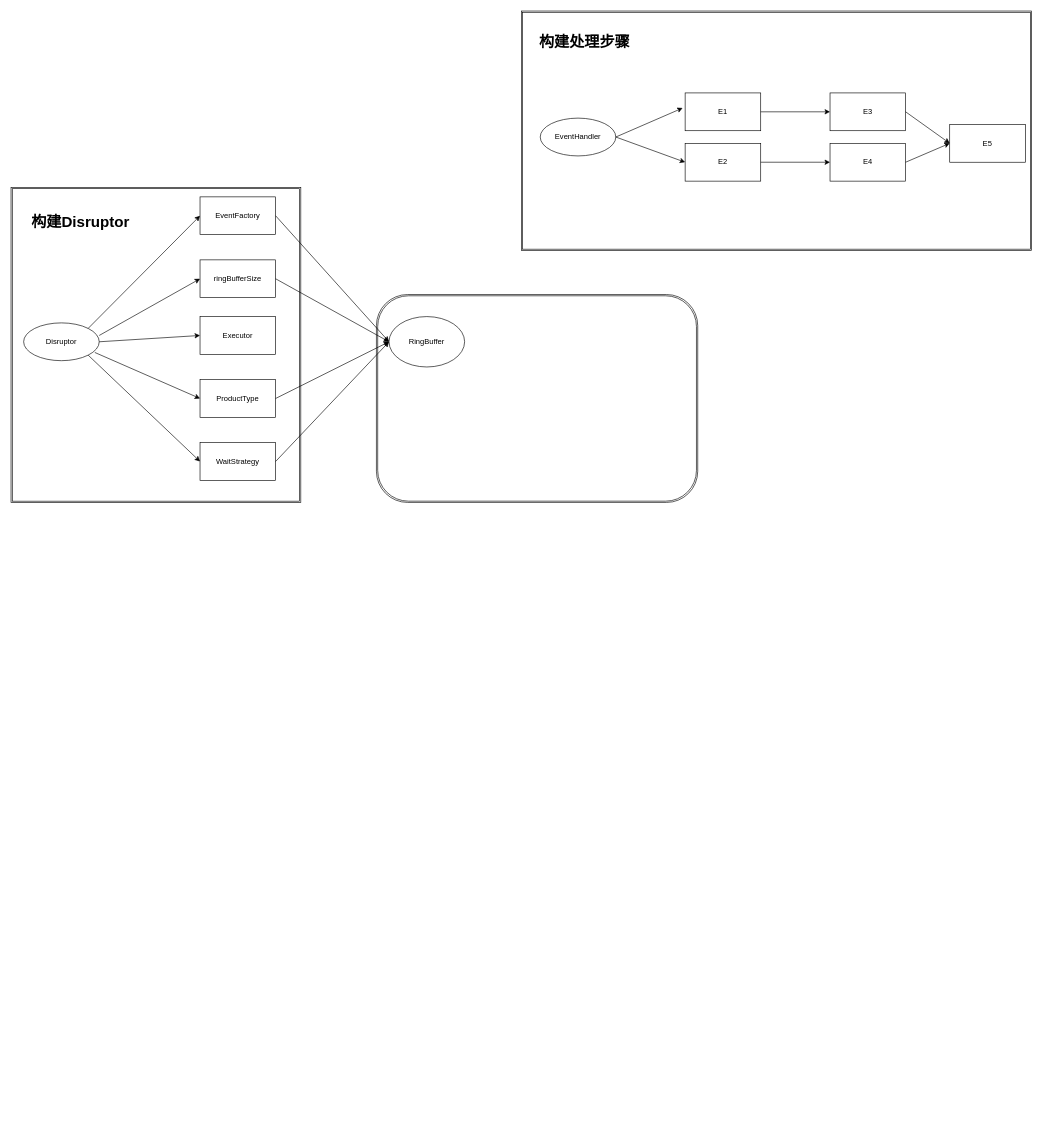
The draw.io diagram Untitled Diagram.drawio in cooljian/dock-project, before the edit. Source tidied: cells renumbered, new cells numbered last; positions are measured from the earlier drawing's top-left corner, leaving out a move shared by most shapes. Both pictures are drawn from the tidied source at 63%, with x=0, y=0 at pixel (11, 11).
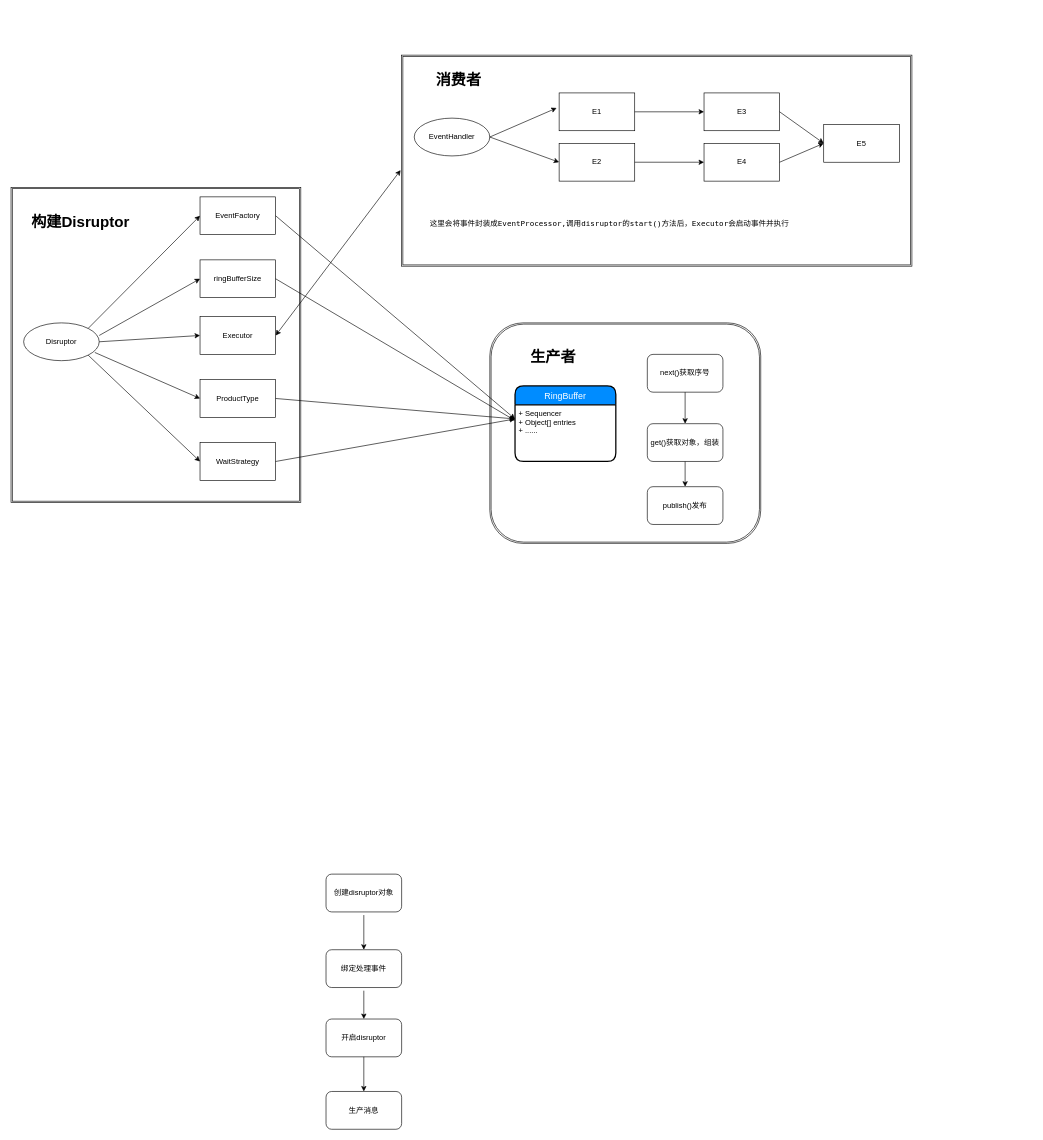
Above is the later version.

The change refers to these unchanged cells:
```xml
<mxCell id="6" value="ringBufferSize" style="rounded=0;whiteSpace=wrap;html=1;" parent="1" vertex="1">
  <mxGeometry x="300" y="395" width="120" height="60" as="geometry" />
</mxCell>
<mxCell id="8" value="Executor" style="rounded=0;whiteSpace=wrap;html=1;" parent="1" vertex="1">
  <mxGeometry x="300" y="485" width="120" height="60" as="geometry" />
</mxCell>
```

The edit, as a diff of the source:
```diff
@@
     <mxCell id="15" style="shape=ext;double=1;rounded=0;whiteSpace=wrap;html=1;" parent="1" vertex="1">
-      <mxGeometry x="810" width="810" height="380" as="geometry" />
+      <mxGeometry x="620" y="70" width="810" height="335" as="geometry" />
     </mxCell>
     <mxCell id="16" value="EventHandler" style="ellipse;whiteSpace=wrap;html=1;" parent="1" vertex="1">
-      <mxGeometry x="840" y="170" width="120" height="60" as="geometry" />
+      <mxGeometry x="640" y="170" width="120" height="60" as="geometry" />
     </mxCell>
     <mxCell id="17" value="E1" style="rounded=0;whiteSpace=wrap;html=1;" parent="1" vertex="1">
-      <mxGeometry x="1070" y="130" width="120" height="60" as="geometry" />
+      <mxGeometry x="870" y="130" width="120" height="60" as="geometry" />
     </mxCell>
     <mxCell id="18" value="E2" style="rounded=0;whiteSpace=wrap;html=1;" parent="1" vertex="1">
-      <mxGeometry x="1070" y="210" width="120" height="60" as="geometry" />
+      <mxGeometry x="870" y="210" width="120" height="60" as="geometry" />
     </mxCell>
@@
     <mxCell id="21" value="E3" style="rounded=0;whiteSpace=wrap;html=1;" parent="1" vertex="1">
-      <mxGeometry x="1300" y="130" width="120" height="60" as="geometry" />
+      <mxGeometry x="1100" y="130" width="120" height="60" as="geometry" />
     </mxCell>
     <mxCell id="22" value="&lt;span style=&quot;white-space: normal&quot;&gt;E4&lt;/span&gt;" style="rounded=0;whiteSpace=wrap;html=1;" parent="1" vertex="1">
-      <mxGeometry x="1300" y="210" width="120" height="60" as="geometry" />
+      <mxGeometry x="1100" y="210" width="120" height="60" as="geometry" />
     </mxCell>
@@
     <mxCell id="25" value="E5" style="rounded=0;whiteSpace=wrap;html=1;" parent="1" vertex="1">
-      <mxGeometry x="1490" y="180" width="120" height="60" as="geometry" />
+      <mxGeometry x="1290" y="180" width="120" height="60" as="geometry" />
     </mxCell>
@@
-    <mxCell id="28" value="构建处理步骤" style="text;strokeColor=none;fillColor=none;html=1;fontSize=24;fontStyle=1;verticalAlign=middle;align=center;" parent="1" vertex="1">
-      <mxGeometry x="860" y="30" width="100" height="40" as="geometry" />
+    <mxCell id="28" value="消费者" style="text;strokeColor=none;fillColor=none;html=1;fontSize=24;fontStyle=1;verticalAlign=middle;align=center;" parent="1" vertex="1">
+      <mxGeometry x="660" y="90" width="100" height="40" as="geometry" />
     </mxCell>
     <mxCell id="29" style="shape=ext;double=1;rounded=1;whiteSpace=wrap;html=1;" parent="1" vertex="1">
-      <mxGeometry x="580" y="450" width="510" height="330" as="geometry" />
+      <mxGeometry x="760" y="495" width="430" height="350" as="geometry" />
     </mxCell>
-    <mxCell id="30" style="endArrow=classic;html=1;entryX=0;entryY=0.5;entryDx=0;entryDy=0;exitX=1;exitY=0.5;exitDx=0;exitDy=0;" parent="1" edge="1">
+    <mxCell id="30" style="endArrow=classic;html=1;entryX=0;entryY=0.25;entryDx=0;entryDy=0;exitX=1;exitY=0.5;exitDx=0;exitDy=0;" parent="1" edge="1" target="35">
       <mxGeometry relative="1" as="geometry">
         <mxPoint x="420" y="325" as="sourcePoint" />
-        <mxPoint x="600" y="525" as="targetPoint" />
       </mxGeometry>
     </mxCell>
-    <mxCell id="31" style="endArrow=classic;html=1;entryX=0;entryY=0.5;entryDx=0;entryDy=0;exitX=1;exitY=0.5;exitDx=0;exitDy=0;" parent="1" edge="1">
-      <mxGeometry relative="1" as="geometry">
-        <mxPoint x="420" y="425" as="sourcePoint" />
-        <mxPoint x="600" y="525" as="targetPoint" />
-      </mxGeometry>
-    </mxCell>
-    <mxCell id="32" style="endArrow=classic;html=1;entryX=0;entryY=0.5;entryDx=0;entryDy=0;exitX=1;exitY=0.5;exitDx=0;exitDy=0;" parent="1" edge="1">
+    <mxCell id="32" style="endArrow=classic;html=1;entryX=0;entryY=0.25;entryDx=0;entryDy=0;exitX=1;exitY=0.5;exitDx=0;exitDy=0;" parent="1" edge="1" target="35">
       <mxGeometry relative="1" as="geometry">
         <mxPoint x="420" y="615" as="sourcePoint" />
-        <mxPoint x="600" y="525" as="targetPoint" />
       </mxGeometry>
     </mxCell>
-    <mxCell id="33" style="endArrow=classic;html=1;entryX=0;entryY=0.5;entryDx=0;entryDy=0;exitX=1;exitY=0.5;exitDx=0;exitDy=0;" parent="1" edge="1">
+    <mxCell id="33" style="endArrow=classic;html=1;entryX=0;entryY=0.25;entryDx=0;entryDy=0;exitX=1;exitY=0.5;exitDx=0;exitDy=0;" parent="1" edge="1" target="35">
       <mxGeometry relative="1" as="geometry">
         <mxPoint x="420" y="715" as="sourcePoint" />
-        <mxPoint x="600" y="525" as="targetPoint" />
       </mxGeometry>
     </mxCell>
-    <mxCell id="34" value="&lt;span style=&quot;white-space: normal&quot;&gt;RingBuffer&lt;/span&gt;" style="ellipse;whiteSpace=wrap;html=1;" parent="1" vertex="1">
-      <mxGeometry x="600" y="485" width="120" height="80" as="geometry" />
+    <mxCell id="34" value="RingBuffer" style="swimlane;horizontal=1;startSize=30;fillColor=#008cff;fontColor=#FFFFFF;rounded=1;fontSize=14;fontStyle=0;strokeWidth=2;shadow=0;dashed=0;align=center;" parent="1" vertex="1">
+      <mxGeometry x="800" y="595" width="160" height="120" as="geometry" />
     </mxCell>
+    <mxCell id="31" style="endArrow=classic;html=1;entryX=0;entryY=0.5;entryDx=0;entryDy=0;exitX=1;exitY=0.5;exitDx=0;exitDy=0;" parent="34" edge="1" source="6">
+      <mxGeometry relative="1" as="geometry">
+        <mxPoint y="55" as="targetPoint" />
+      </mxGeometry>
+    </mxCell>
+    <mxCell id="35" value="+ Sequencer&#10;+ Object[] entries&#10;+ ......" style="align=left;strokeColor=none;fillColor=none;spacingLeft=4;fontSize=12;verticalAlign=top;" parent="34" vertex="1">
+      <mxGeometry y="30" width="160" height="90" as="geometry" />
+    </mxCell>
+    <mxCell id="36" value="生产者" style="text;strokeColor=none;fillColor=none;html=1;fontSize=24;fontStyle=1;verticalAlign=middle;align=center;" parent="1" vertex="1">
+      <mxGeometry x="810" y="530" width="100" height="40" as="geometry" />
+    </mxCell>
+    <mxCell id="37" value="next()获取序号" style="rounded=1;whiteSpace=wrap;html=1;" parent="1" vertex="1">
+      <mxGeometry x="1010" y="545" width="120" height="60" as="geometry" />
+    </mxCell>
+    <mxCell id="38" value="get()获取对象，组装" style="rounded=1;whiteSpace=wrap;html=1;" parent="1" vertex="1">
+      <mxGeometry x="1010" y="655" width="120" height="60" as="geometry" />
+    </mxCell>
+    <mxCell id="39" value="publish()发布" style="rounded=1;whiteSpace=wrap;html=1;" parent="1" vertex="1">
+      <mxGeometry x="1010" y="755" width="120" height="60" as="geometry" />
+    </mxCell>
+    <mxCell id="40" style="endArrow=classic;html=1;entryX=0.5;entryY=0;entryDx=0;entryDy=0;exitX=0.5;exitY=1;exitDx=0;exitDy=0;" parent="1" edge="1" source="38" target="39">
+      <mxGeometry relative="1" as="geometry" />
+    </mxCell>
+    <mxCell id="41" style="endArrow=classic;html=1;exitX=0.5;exitY=1;exitDx=0;exitDy=0;" parent="1" edge="1" source="37" target="38">
+      <mxGeometry relative="1" as="geometry" />
+    </mxCell>
+    <mxCell id="42" style="endArrow=classic;startArrow=classic;html=1;exitX=1;exitY=0.5;exitDx=0;exitDy=0;entryX=-0.002;entryY=0.545;entryDx=0;entryDy=0;entryPerimeter=0;" parent="1" edge="1" source="8" target="15">
+      <mxGeometry relative="1" as="geometry" />
+    </mxCell>
+    <mxCell id="43" value="这里会将事件封装成&lt;span style=&quot;background-color: rgb(255 , 255 , 255) ; font-family: &amp;#34;menlo&amp;#34; ; font-size: 9pt&quot;&gt;EventProcessor,调用disruptor的start()方法后，Executor会启动事件并执行&lt;/span&gt;" style="text;html=1;strokeColor=none;fillColor=none;align=center;verticalAlign=middle;whiteSpace=wrap;rounded=0;" parent="1" vertex="1">
+      <mxGeometry x="660" y="310" width="580" height="55" as="geometry" />
+    </mxCell>
+    <mxCell id="44" value="创建disruptor对象" style="rounded=1;whiteSpace=wrap;html=1;" parent="1" vertex="1">
+      <mxGeometry x="500" y="1370" width="120" height="60" as="geometry" />
+    </mxCell>
+    <mxCell id="45" value="绑定处理事件" style="rounded=1;whiteSpace=wrap;html=1;" parent="1" vertex="1">
+      <mxGeometry x="500" y="1490" width="120" height="60" as="geometry" />
+    </mxCell>
+    <mxCell id="46" value="开启disruptor" style="rounded=1;whiteSpace=wrap;html=1;" parent="1" vertex="1">
+      <mxGeometry x="500" y="1600" width="120" height="60" as="geometry" />
+    </mxCell>
+    <mxCell id="47" style="endArrow=classic;html=1;entryX=0.5;entryY=0;entryDx=0;entryDy=0;" parent="1" edge="1" target="45">
+      <mxGeometry relative="1" as="geometry">
+        <mxPoint x="560" y="1435" as="sourcePoint" />
+      </mxGeometry>
+    </mxCell>
+    <mxCell id="48" style="endArrow=classic;html=1;entryX=0.5;entryY=0;entryDx=0;entryDy=0;" parent="1" edge="1" target="46">
+      <mxGeometry relative="1" as="geometry">
+        <mxPoint x="560" y="1555" as="sourcePoint" />
+      </mxGeometry>
+    </mxCell>
+    <mxCell id="49" value="生产消息" style="rounded=1;whiteSpace=wrap;html=1;" parent="1" vertex="1">
+      <mxGeometry x="500" y="1715" width="120" height="60" as="geometry" />
+    </mxCell>
+    <mxCell id="50" style="endArrow=classic;html=1;entryX=0.5;entryY=0;entryDx=0;entryDy=0;exitX=0.5;exitY=1;exitDx=0;exitDy=0;" parent="1" edge="1" source="46" target="49">
+      <mxGeometry relative="1" as="geometry" />
+    </mxCell>
```
